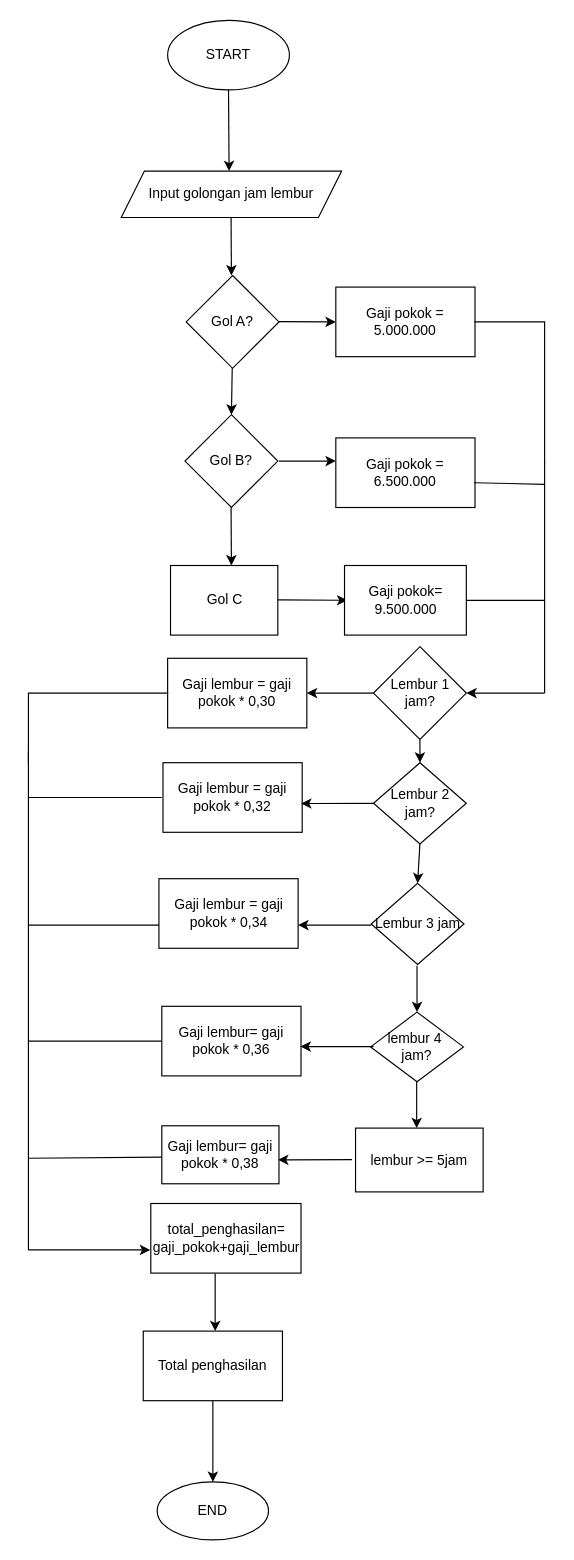
Earlier version of the draw.io diagram Diagram Tanpa Judul.drawio (Plida05/Plida05). Source tidied: cells renumbered, new cells numbered last; positions are measured from the earlier drawing's top-left corner, leaving out a move shared by most shapes. Both pictures are drawn from the tidied source at 116%, with x=0, y=0 at pixel (28, 20).
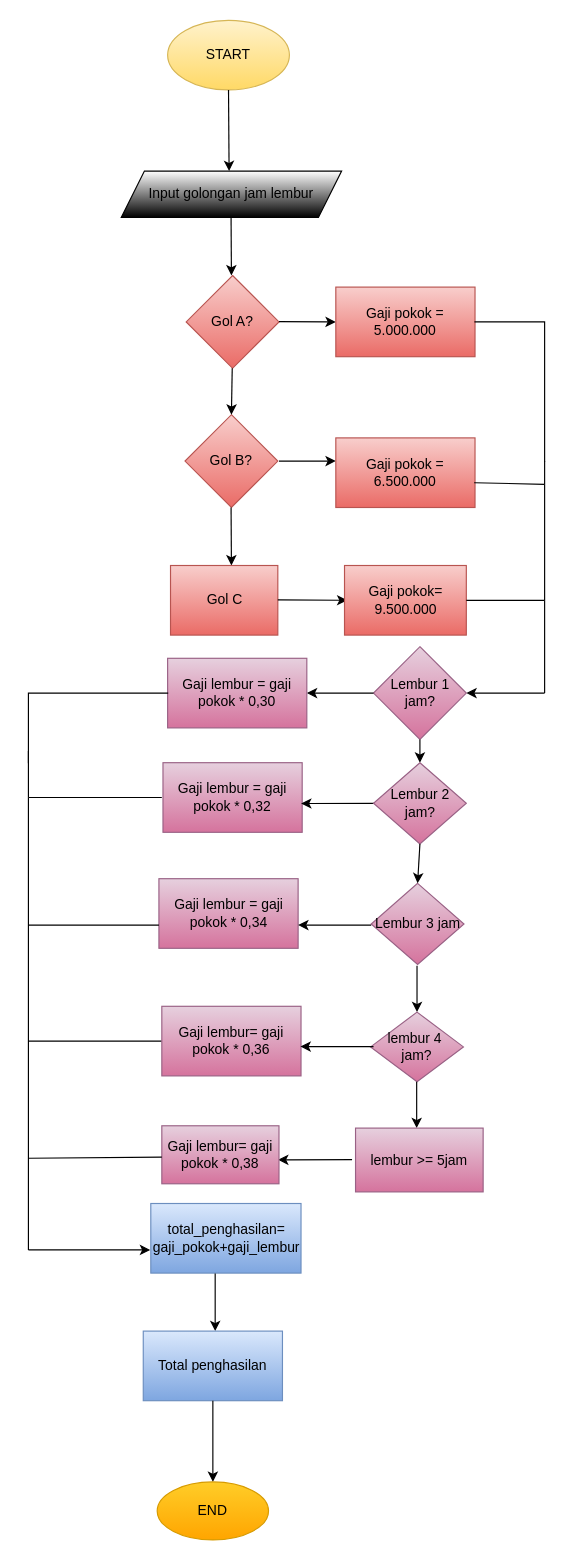
The same diagram, later.

The edit, as a diff of the source:
```diff
@@
-    <mxCell id="2" value="START" style="ellipse;whiteSpace=wrap;html=1;" parent="1" vertex="1">
+    <mxCell id="2" value="START" style="ellipse;whiteSpace=wrap;html=1;gradientColor=#ffd966;fillColor=#fff2cc;strokeColor=#d6b656;" parent="1" vertex="1">
       <mxGeometry x="120" width="105" height="60" as="geometry" />
     </mxCell>
-    <mxCell id="3" value="Input golongan jam lembur" style="shape=parallelogram;perimeter=parallelogramPerimeter;whiteSpace=wrap;html=1;fixedSize=1;" parent="1" vertex="1">
+    <mxCell id="3" value="Input golongan jam lembur" style="shape=parallelogram;perimeter=parallelogramPerimeter;whiteSpace=wrap;html=1;fixedSize=1;gradientColor=default;" parent="1" vertex="1">
       <mxGeometry x="80" y="130" width="190" height="40" as="geometry" />
     </mxCell>
@@
-    <mxCell id="5" value="Gol A?" style="rhombus;whiteSpace=wrap;html=1;" parent="1" vertex="1">
+    <mxCell id="5" value="Gol A?" style="rhombus;whiteSpace=wrap;html=1;fillColor=#f8cecc;gradientColor=#ea6b66;strokeColor=#b85450;" parent="1" vertex="1">
       <mxGeometry x="136" y="220" width="80" height="80" as="geometry" />
     </mxCell>
@@
-    <mxCell id="8" value="Gaji pokok = 5.000.000" style="rounded=0;whiteSpace=wrap;html=1;" parent="1" vertex="1">
+    <mxCell id="8" value="Gaji pokok = 5.000.000" style="rounded=0;whiteSpace=wrap;html=1;fillColor=#f8cecc;gradientColor=#ea6b66;strokeColor=#b85450;" parent="1" vertex="1">
       <mxGeometry x="265" y="230" width="120" height="60" as="geometry" />
     </mxCell>
@@
-    <mxCell id="10" value="Gol B?" style="rhombus;whiteSpace=wrap;html=1;" parent="1" vertex="1">
+    <mxCell id="10" value="Gol B?" style="rhombus;whiteSpace=wrap;html=1;fillColor=#f8cecc;gradientColor=#ea6b66;strokeColor=#b85450;" parent="1" vertex="1">
       <mxGeometry x="135" y="340" width="80" height="80" as="geometry" />
     </mxCell>
@@
-    <mxCell id="13" value="Gaji pokok = 6.500.000" style="rounded=0;whiteSpace=wrap;html=1;" parent="1" vertex="1">
+    <mxCell id="13" value="Gaji pokok = 6.500.000" style="rounded=0;whiteSpace=wrap;html=1;fillColor=#f8cecc;gradientColor=#ea6b66;strokeColor=#b85450;" parent="1" vertex="1">
       <mxGeometry x="265" y="360" width="120" height="60" as="geometry" />
     </mxCell>
@@
-    <mxCell id="17" value="Gol C" style="rounded=0;whiteSpace=wrap;html=1;" parent="1" vertex="1">
+    <mxCell id="17" value="Gol C" style="rounded=0;whiteSpace=wrap;html=1;fillColor=#f8cecc;gradientColor=#ea6b66;strokeColor=#b85450;" parent="1" vertex="1">
       <mxGeometry x="122.5" y="470" width="92.5" height="60" as="geometry" />
     </mxCell>
@@
-    <mxCell id="19" value="Gaji pokok= 9.500.000" style="rounded=0;whiteSpace=wrap;html=1;" parent="1" vertex="1">
+    <mxCell id="19" value="Gaji pokok= 9.500.000" style="rounded=0;whiteSpace=wrap;html=1;fillColor=#f8cecc;gradientColor=#ea6b66;strokeColor=#b85450;" parent="1" vertex="1">
       <mxGeometry x="272.5" y="470" width="105" height="60" as="geometry" />
     </mxCell>
@@
-    <mxCell id="24" value="Lembur 1 jam?" style="rhombus;whiteSpace=wrap;html=1;" parent="1" vertex="1">
+    <mxCell id="24" value="Lembur 1 jam?" style="rhombus;whiteSpace=wrap;html=1;fillColor=#e6d0de;gradientColor=#d5739d;strokeColor=#996185;" parent="1" vertex="1">
       <mxGeometry x="297.5" y="540" width="80" height="80" as="geometry" />
     </mxCell>
@@
-    <mxCell id="26" value="Gaji lembur = gaji pokok * 0,30" style="rounded=0;whiteSpace=wrap;html=1;" parent="1" vertex="1">
+    <mxCell id="26" value="Gaji lembur = gaji pokok * 0,30" style="rounded=0;whiteSpace=wrap;html=1;fillColor=#e6d0de;gradientColor=#d5739d;strokeColor=#996185;" parent="1" vertex="1">
       <mxGeometry x="120" y="550" width="120" height="60" as="geometry" />
     </mxCell>
@@
-    <mxCell id="28" value="Gaji lembur = gaji pokok * 0,32" style="rounded=0;whiteSpace=wrap;html=1;" parent="1" vertex="1">
+    <mxCell id="28" value="Gaji lembur = gaji pokok * 0,32" style="rounded=0;whiteSpace=wrap;html=1;fillColor=#e6d0de;gradientColor=#d5739d;strokeColor=#996185;" parent="1" vertex="1">
       <mxGeometry x="116" y="640" width="120" height="60" as="geometry" />
     </mxCell>
@@
-    <mxCell id="32" value="Gaji lembur = gaji pokok * 0,34" style="rounded=0;whiteSpace=wrap;html=1;" parent="1" vertex="1">
+    <mxCell id="32" value="Gaji lembur = gaji pokok * 0,34" style="rounded=0;whiteSpace=wrap;html=1;fillColor=#e6d0de;gradientColor=#d5739d;strokeColor=#996185;" parent="1" vertex="1">
       <mxGeometry x="112.5" y="740" width="120" height="60" as="geometry" />
     </mxCell>
-    <mxCell id="33" value="Lembur 3 jam" style="rhombus;whiteSpace=wrap;html=1;" parent="1" vertex="1">
+    <mxCell id="33" value="Lembur 3 jam" style="rhombus;whiteSpace=wrap;html=1;fillColor=#e6d0de;gradientColor=#d5739d;strokeColor=#996185;" parent="1" vertex="1">
       <mxGeometry x="295.5" y="744" width="80" height="70" as="geometry" />
     </mxCell>
@@
-    <mxCell id="37" value="Lembur 2 jam?" style="rhombus;whiteSpace=wrap;html=1;" parent="1" vertex="1">
+    <mxCell id="37" value="Lembur 2 jam?" style="rhombus;whiteSpace=wrap;html=1;fillColor=#e6d0de;gradientColor=#d5739d;strokeColor=#996185;" parent="1" vertex="1">
       <mxGeometry x="297.5" y="640" width="80" height="70" as="geometry" />
     </mxCell>
@@
-    <mxCell id="42" value="lembur 4&amp;nbsp;&lt;div&gt;jam?&lt;/div&gt;" style="rhombus;whiteSpace=wrap;html=1;" parent="1" vertex="1">
+    <mxCell id="42" value="lembur 4&amp;nbsp;&lt;div&gt;jam?&lt;/div&gt;" style="rhombus;whiteSpace=wrap;html=1;fillColor=#e6d0de;gradientColor=#d5739d;strokeColor=#996185;" parent="1" vertex="1">
       <mxGeometry x="295" y="855" width="80" height="60" as="geometry" />
     </mxCell>
@@
-    <mxCell id="44" value="Gaji lembur= gaji pokok * 0,36" style="rounded=0;whiteSpace=wrap;html=1;" parent="1" vertex="1">
+    <mxCell id="44" value="Gaji lembur= gaji pokok * 0,36" style="rounded=0;whiteSpace=wrap;html=1;fillColor=#e6d0de;gradientColor=#d5739d;strokeColor=#996185;" parent="1" vertex="1">
       <mxGeometry x="115" y="850" width="120" height="60" as="geometry" />
     </mxCell>
@@
-    <mxCell id="47" value="lembur &amp;gt;= 5jam" style="rounded=0;whiteSpace=wrap;html=1;" parent="1" vertex="1">
+    <mxCell id="47" value="lembur &amp;gt;= 5jam" style="rounded=0;whiteSpace=wrap;html=1;fillColor=#e6d0de;gradientColor=#d5739d;strokeColor=#996185;" parent="1" vertex="1">
       <mxGeometry x="282" y="955" width="110" height="55" as="geometry" />
     </mxCell>
@@
-    <mxCell id="49" value="Gaji lembur= gaji pokok * 0,38" style="rounded=0;whiteSpace=wrap;html=1;" parent="1" vertex="1">
+    <mxCell id="49" value="Gaji lembur= gaji pokok * 0,38" style="rounded=0;whiteSpace=wrap;html=1;fillColor=#e6d0de;gradientColor=#d5739d;strokeColor=#996185;" parent="1" vertex="1">
       <mxGeometry x="115" y="953" width="101" height="50" as="geometry" />
     </mxCell>
@@
-    <mxCell id="52" value="total_penghasilan=&lt;div&gt;gaji_pokok+gaji_lembur&lt;/div&gt;" style="rounded=0;whiteSpace=wrap;html=1;" parent="1" vertex="1">
+    <mxCell id="52" value="total_penghasilan=&lt;div&gt;gaji_pokok+gaji_lembur&lt;/div&gt;" style="rounded=0;whiteSpace=wrap;html=1;fillColor=#dae8fc;gradientColor=#7ea6e0;strokeColor=#6c8ebf;" parent="1" vertex="1">
       <mxGeometry x="105.5" y="1020" width="129.5" height="60" as="geometry" />
     </mxCell>
@@
-    <mxCell id="54" value="Total penghasilan" style="rounded=0;whiteSpace=wrap;html=1;" parent="1" vertex="1">
+    <mxCell id="54" value="Total penghasilan" style="rounded=0;whiteSpace=wrap;html=1;fillColor=#dae8fc;gradientColor=#7ea6e0;strokeColor=#6c8ebf;" parent="1" vertex="1">
       <mxGeometry x="99" y="1130" width="120" height="60" as="geometry" />
     </mxCell>
@@
-    <mxCell id="56" value="END" style="ellipse;whiteSpace=wrap;html=1;" parent="1" vertex="1">
+    <mxCell id="56" value="END" style="ellipse;whiteSpace=wrap;html=1;fillColor=#ffcd28;gradientColor=#ffa500;strokeColor=#d79b00;" parent="1" vertex="1">
       <mxGeometry x="111" y="1260" width="96" height="50" as="geometry" />
     </mxCell>
```
